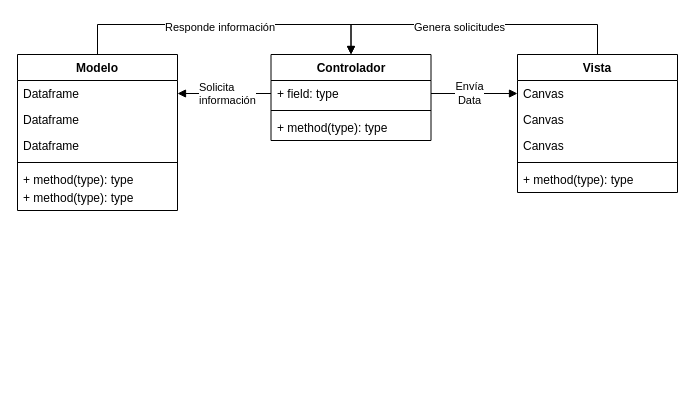
This is Untitled Diagram.drawio from guayacansebastian/SCADA-Cubesat, a draw.io file, before an edit. Source tidied: cells renumbered, new cells numbered last; positions are measured from the earlier drawing's top-left corner, leaving out a move shared by most shapes. Both pictures are drawn from the tidied source at 100%, with x=0, y=0 at pixel (17, 24).
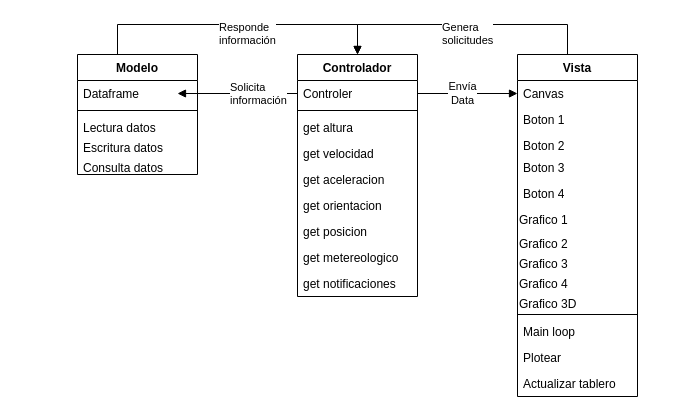
The same page after the edit.

What changed in the source:
```diff
@@
     <mxCell id="2" value="Modelo" style="swimlane;fontStyle=1;align=center;verticalAlign=top;horizontal=1;startSize=26;whiteSpace=wrap;html=1;" parent="1" vertex="1">
-      <mxGeometry y="30" width="160" height="156" as="geometry" />
+      <mxGeometry x="60" y="30" width="120" height="120" as="geometry" />
     </mxCell>
     <mxCell id="3" value="Dataframe" style="text;strokeColor=none;fillColor=none;align=left;verticalAlign=top;spacingLeft=4;spacingRight=4;overflow=hidden;whiteSpace=wrap;html=1;" parent="2" vertex="1">
-      <mxGeometry y="26" width="160" height="26" as="geometry" />
+      <mxGeometry y="26" width="120" height="26" as="geometry" />
     </mxCell>
-    <mxCell id="4" value="Dataframe" style="text;strokeColor=none;fillColor=none;align=left;verticalAlign=top;spacingLeft=4;spacingRight=4;overflow=hidden;whiteSpace=wrap;html=1;" parent="2" vertex="1">
-      <mxGeometry y="52" width="160" height="26" as="geometry" />
-    </mxCell>
-    <mxCell id="5" value="Dataframe" style="text;strokeColor=none;fillColor=none;align=left;verticalAlign=top;spacingLeft=4;spacingRight=4;overflow=hidden;whiteSpace=wrap;html=1;" parent="2" vertex="1">
-      <mxGeometry y="78" width="160" height="26" as="geometry" />
-    </mxCell>
     <mxCell id="6" style="line;strokeWidth=1;fillColor=none;align=left;verticalAlign=middle;spacingTop=-1;spacingLeft=3;spacingRight=3;labelPosition=right;strokeColor=inherit;" parent="2" vertex="1">
-      <mxGeometry y="104" width="160" height="8" as="geometry" />
+      <mxGeometry y="52" width="120" height="8" as="geometry" />
     </mxCell>
-    <mxCell id="7" value="+ method(type): type" style="text;strokeColor=none;fillColor=none;align=left;verticalAlign=top;spacingLeft=4;spacingRight=4;overflow=hidden;whiteSpace=wrap;html=1;" parent="2" vertex="1">
-      <mxGeometry y="112" width="160" height="18" as="geometry" />
+    <mxCell id="7" value="Lectura datos" style="text;strokeColor=none;fillColor=none;align=left;verticalAlign=top;spacingLeft=4;spacingRight=4;overflow=hidden;whiteSpace=wrap;html=1;" parent="2" vertex="1">
+      <mxGeometry y="60" width="120" height="20" as="geometry" />
     </mxCell>
-    <mxCell id="8" value="+ method(type): type" style="text;strokeColor=none;fillColor=none;align=left;verticalAlign=top;spacingLeft=4;spacingRight=4;overflow=hidden;whiteSpace=wrap;html=1;" parent="2" vertex="1">
-      <mxGeometry y="130" width="160" height="26" as="geometry" />
+    <mxCell id="8" value="Escritura datos" style="text;strokeColor=none;fillColor=none;align=left;verticalAlign=top;spacingLeft=4;spacingRight=4;overflow=hidden;whiteSpace=wrap;html=1;" parent="2" vertex="1">
+      <mxGeometry y="80" width="120" height="20" as="geometry" />
     </mxCell>
+    <mxCell id="24" value="Consulta datos" style="text;strokeColor=none;fillColor=none;align=left;verticalAlign=top;spacingLeft=4;spacingRight=4;overflow=hidden;whiteSpace=wrap;html=1;" parent="2" vertex="1">
+      <mxGeometry y="100" width="120" height="20" as="geometry" />
+    </mxCell>
     <mxCell id="9" value="Controlador" style="swimlane;fontStyle=1;align=center;verticalAlign=top;horizontal=1;startSize=26;whiteSpace=wrap;html=1;" parent="1" vertex="1">
-      <mxGeometry x="253.5" y="30" width="160" height="86" as="geometry" />
+      <mxGeometry x="280" y="30" width="120" height="242" as="geometry" />
     </mxCell>
-    <mxCell id="10" value="+ field: type" style="text;strokeColor=none;fillColor=none;align=left;verticalAlign=top;spacingLeft=4;spacingRight=4;overflow=hidden;points=[[0,0.5],[1,0.5]];portConstraint=eastwest;whiteSpace=wrap;html=1;" parent="9" vertex="1">
-      <mxGeometry y="26" width="160" height="26" as="geometry" />
+    <mxCell id="10" value="Controler&lt;div&gt;&lt;br&gt;&lt;/div&gt;" style="text;strokeColor=none;fillColor=none;align=left;verticalAlign=top;spacingLeft=4;spacingRight=4;overflow=hidden;points=[[0,0.5],[1,0.5]];portConstraint=eastwest;whiteSpace=wrap;html=1;" parent="9" vertex="1">
+      <mxGeometry y="26" width="120" height="26" as="geometry" />
     </mxCell>
     <mxCell id="11" style="line;strokeWidth=1;fillColor=none;align=left;verticalAlign=middle;spacingTop=-1;spacingLeft=3;spacingRight=3;labelPosition=right;strokeColor=inherit;" parent="9" vertex="1">
-      <mxGeometry y="52" width="160" height="8" as="geometry" />
+      <mxGeometry y="52" width="120" height="8" as="geometry" />
     </mxCell>
-    <mxCell id="12" value="+ method(type): type" style="text;strokeColor=none;fillColor=none;align=left;verticalAlign=top;spacingLeft=4;spacingRight=4;overflow=hidden;whiteSpace=wrap;html=1;" parent="9" vertex="1">
-      <mxGeometry y="60" width="160" height="26" as="geometry" />
+    <mxCell id="12" value="get altura&lt;br&gt;&lt;br&gt;&lt;div&gt;&lt;br&gt;&lt;/div&gt;" style="text;strokeColor=none;fillColor=none;align=left;verticalAlign=top;spacingLeft=4;spacingRight=4;overflow=hidden;whiteSpace=wrap;html=1;" parent="9" vertex="1">
+      <mxGeometry y="60" width="120" height="26" as="geometry" />
     </mxCell>
+    <mxCell id="25" value="get velocidad&lt;br&gt;&lt;br&gt;&lt;div&gt;&lt;br&gt;&lt;/div&gt;" style="text;strokeColor=none;fillColor=none;align=left;verticalAlign=top;spacingLeft=4;spacingRight=4;overflow=hidden;whiteSpace=wrap;html=1;" parent="9" vertex="1">
+      <mxGeometry y="86" width="120" height="26" as="geometry" />
+    </mxCell>
+    <mxCell id="26" value="get aceleracion&lt;br&gt;&lt;br&gt;&lt;div&gt;&lt;br&gt;&lt;/div&gt;" style="text;strokeColor=none;fillColor=none;align=left;verticalAlign=top;spacingLeft=4;spacingRight=4;overflow=hidden;whiteSpace=wrap;html=1;" parent="9" vertex="1">
+      <mxGeometry y="112" width="120" height="26" as="geometry" />
+    </mxCell>
+    <mxCell id="27" value="get orientacion" style="text;strokeColor=none;fillColor=none;align=left;verticalAlign=top;spacingLeft=4;spacingRight=4;overflow=hidden;whiteSpace=wrap;html=1;" parent="9" vertex="1">
+      <mxGeometry y="138" width="120" height="26" as="geometry" />
+    </mxCell>
+    <mxCell id="28" value="get posicion&lt;br&gt;&lt;br&gt;&lt;div&gt;&lt;br&gt;&lt;/div&gt;" style="text;strokeColor=none;fillColor=none;align=left;verticalAlign=top;spacingLeft=4;spacingRight=4;overflow=hidden;whiteSpace=wrap;html=1;" parent="9" vertex="1">
+      <mxGeometry y="164" width="120" height="26" as="geometry" />
+    </mxCell>
+    <mxCell id="29" value="get metereologico&lt;br&gt;&lt;br&gt;&lt;div&gt;&lt;br&gt;&lt;/div&gt;" style="text;strokeColor=none;fillColor=none;align=left;verticalAlign=top;spacingLeft=4;spacingRight=4;overflow=hidden;whiteSpace=wrap;html=1;" parent="9" vertex="1">
+      <mxGeometry y="190" width="120" height="26" as="geometry" />
+    </mxCell>
+    <mxCell id="30" value="get notificaciones&lt;br&gt;&lt;br&gt;&lt;div&gt;&lt;br&gt;&lt;/div&gt;" style="text;strokeColor=none;fillColor=none;align=left;verticalAlign=top;spacingLeft=4;spacingRight=4;overflow=hidden;whiteSpace=wrap;html=1;" parent="9" vertex="1">
+      <mxGeometry y="216" width="120" height="26" as="geometry" />
+    </mxCell>
     <mxCell id="13" value="Vista" style="swimlane;fontStyle=1;align=center;verticalAlign=top;horizontal=1;startSize=26;whiteSpace=wrap;html=1;" parent="1" vertex="1">
-      <mxGeometry x="500" y="30" width="160" height="138" as="geometry" />
+      <mxGeometry x="500" y="30" width="120" height="342" as="geometry" />
     </mxCell>
-    <mxCell id="14" value="Canvas&lt;div&gt;&lt;br/&gt;&lt;/div&gt;" style="text;strokeColor=none;fillColor=none;align=left;verticalAlign=top;spacingLeft=4;spacingRight=4;overflow=hidden;points=[[0,0.5],[1,0.5]];portConstraint=eastwest;whiteSpace=wrap;html=1;" parent="13" vertex="1">
-      <mxGeometry y="26" width="160" height="26" as="geometry" />
+    <mxCell id="14" value="&lt;div align=&quot;center&quot;&gt;Canvas&lt;/div&gt;&lt;div&gt;&lt;br&gt;&lt;/div&gt;" style="text;strokeColor=none;fillColor=none;align=left;verticalAlign=top;spacingLeft=4;spacingRight=4;overflow=hidden;points=[[0,0.5],[1,0.5]];portConstraint=eastwest;whiteSpace=wrap;html=1;" parent="13" vertex="1">
+      <mxGeometry y="26" width="120" height="26" as="geometry" />
     </mxCell>
-    <mxCell id="15" value="Canvas&lt;div&gt;&lt;br/&gt;&lt;/div&gt;" style="text;strokeColor=none;fillColor=none;align=left;verticalAlign=top;spacingLeft=4;spacingRight=4;overflow=hidden;whiteSpace=wrap;html=1;" parent="13" vertex="1">
-      <mxGeometry y="52" width="160" height="26" as="geometry" />
+    <mxCell id="15" value="Boton 1&lt;div&gt;&lt;br&gt;&lt;br&gt;&lt;/div&gt;" style="text;strokeColor=none;fillColor=none;align=left;verticalAlign=top;spacingLeft=4;spacingRight=4;overflow=hidden;whiteSpace=wrap;html=1;" parent="13" vertex="1">
+      <mxGeometry y="52" width="120" height="26" as="geometry" />
     </mxCell>
-    <mxCell id="16" value="Canvas&lt;div&gt;&lt;br/&gt;&lt;/div&gt;" style="text;strokeColor=none;fillColor=none;align=left;verticalAlign=top;spacingLeft=4;spacingRight=4;overflow=hidden;whiteSpace=wrap;html=1;" parent="13" vertex="1">
-      <mxGeometry y="78" width="160" height="26" as="geometry" />
+    <mxCell id="16" value="Boton 2&lt;div&gt;&lt;br/&gt;&lt;/div&gt;" style="text;strokeColor=none;fillColor=none;align=left;verticalAlign=top;spacingLeft=4;spacingRight=4;overflow=hidden;whiteSpace=wrap;html=1;" parent="13" vertex="1">
+      <mxGeometry y="78" width="120" height="22" as="geometry" />
     </mxCell>
+    <mxCell id="31" value="Boton 3&lt;br&gt;&lt;div&gt;&lt;br&gt;&lt;/div&gt;" style="text;strokeColor=none;fillColor=none;align=left;verticalAlign=top;spacingLeft=4;spacingRight=4;overflow=hidden;whiteSpace=wrap;html=1;" parent="13" vertex="1">
+      <mxGeometry y="100" width="120" height="26" as="geometry" />
+    </mxCell>
+    <mxCell id="32" value="Boton 4&lt;br&gt;&lt;div&gt;&lt;br&gt;&lt;/div&gt;" style="text;strokeColor=none;fillColor=none;align=left;verticalAlign=top;spacingLeft=4;spacingRight=4;overflow=hidden;whiteSpace=wrap;html=1;" parent="13" vertex="1">
+      <mxGeometry y="126" width="120" height="26" as="geometry" />
+    </mxCell>
+    <mxCell id="33" value="Grafico 1&lt;div&gt;&lt;br/&gt;&lt;/div&gt;" style="text;whiteSpace=wrap;html=1;" parent="13" vertex="1">
+      <mxGeometry y="152" width="120" height="24" as="geometry" />
+    </mxCell>
+    <mxCell id="34" value="Grafico 2&lt;br&gt;&lt;div&gt;&lt;br&gt;&lt;/div&gt;" style="text;whiteSpace=wrap;html=1;" parent="13" vertex="1">
+      <mxGeometry y="176" width="120" height="20" as="geometry" />
+    </mxCell>
+    <mxCell id="35" value="Grafico 3&lt;br&gt;&lt;div&gt;&lt;br&gt;&lt;/div&gt;" style="text;whiteSpace=wrap;html=1;" parent="13" vertex="1">
+      <mxGeometry y="196" width="120" height="20" as="geometry" />
+    </mxCell>
+    <mxCell id="36" value="Grafico 4&lt;br&gt;&lt;div&gt;&lt;br&gt;&lt;/div&gt;" style="text;whiteSpace=wrap;html=1;" parent="13" vertex="1">
+      <mxGeometry y="216" width="120" height="20" as="geometry" />
+    </mxCell>
+    <mxCell id="37" value="Grafico 3D&lt;br&gt;&lt;div&gt;&lt;br&gt;&lt;/div&gt;" style="text;whiteSpace=wrap;html=1;" parent="13" vertex="1">
+      <mxGeometry y="236" width="120" height="20" as="geometry" />
+    </mxCell>
     <mxCell id="17" style="line;strokeWidth=1;fillColor=none;align=left;verticalAlign=middle;spacingTop=-1;spacingLeft=3;spacingRight=3;labelPosition=right;strokeColor=inherit;" parent="13" vertex="1">
-      <mxGeometry y="104" width="160" height="8" as="geometry" />
+      <mxGeometry y="256" width="120" height="8" as="geometry" />
     </mxCell>
-    <mxCell id="18" value="+ method(type): type" style="text;strokeColor=none;fillColor=none;align=left;verticalAlign=top;spacingLeft=4;spacingRight=4;overflow=hidden;whiteSpace=wrap;html=1;" parent="13" vertex="1">
-      <mxGeometry y="112" width="160" height="26" as="geometry" />
+    <mxCell id="18" value="Main loop&lt;div&gt;&lt;br/&gt;&lt;/div&gt;" style="text;strokeColor=none;fillColor=none;align=left;verticalAlign=top;spacingLeft=4;spacingRight=4;overflow=hidden;whiteSpace=wrap;html=1;" parent="13" vertex="1">
+      <mxGeometry y="264" width="120" height="26" as="geometry" />
     </mxCell>
+    <mxCell id="38" value="Plotear" style="text;strokeColor=none;fillColor=none;align=left;verticalAlign=top;spacingLeft=4;spacingRight=4;overflow=hidden;whiteSpace=wrap;html=1;" parent="13" vertex="1">
+      <mxGeometry y="290" width="120" height="26" as="geometry" />
+    </mxCell>
+    <mxCell id="39" value="Actualizar tablero" style="text;strokeColor=none;fillColor=none;align=left;verticalAlign=top;spacingLeft=4;spacingRight=4;overflow=hidden;whiteSpace=wrap;html=1;" parent="13" vertex="1">
+      <mxGeometry y="316" width="120" height="26" as="geometry" />
+    </mxCell>
     <mxCell id="19" value="Solicita &lt;br&gt;información&lt;div&gt;&lt;br&gt;&lt;/div&gt;" style="endArrow=block;endFill=1;html=1;edgeStyle=orthogonalEdgeStyle;align=left;verticalAlign=top;rounded=0;exitX=0;exitY=0.5;exitDx=0;exitDy=0;" parent="1" edge="1" source="10">
-      <mxGeometry x="0.58" y="-19" relative="1" as="geometry">
+      <mxGeometry x="0.17" y="-19" relative="1" as="geometry">
         <mxPoint x="160" y="69" as="targetPoint" />
       </mxGeometry>
     </mxCell>
@@
-    <mxCell id="22" value="Genera solicitudes" style="endArrow=block;endFill=1;html=1;edgeStyle=orthogonalEdgeStyle;align=left;verticalAlign=top;rounded=0;exitX=0.5;exitY=0;exitDx=0;exitDy=0;entryX=0.5;entryY=0;entryDx=0;entryDy=0;" parent="1" edge="1" source="13" target="9">
-      <mxGeometry x="0.4" y="-10" relative="1" as="geometry">
+    <mxCell id="22" value="Genera &lt;br&gt;solicitudes" style="endArrow=block;endFill=1;html=1;edgeStyle=orthogonalEdgeStyle;align=left;verticalAlign=top;rounded=0;exitX=0.5;exitY=0;exitDx=0;exitDy=0;entryX=0.5;entryY=0;entryDx=0;entryDy=0;" parent="1" edge="1" source="13" target="9">
+      <mxGeometry x="0.19" y="-10" relative="1" as="geometry">
         <Array as="points">
-          <mxPoint x="580" />
-          <mxPoint x="334" />
+          <mxPoint x="550" />
+          <mxPoint x="340" />
         </Array>
       </mxGeometry>
     </mxCell>
-    <mxCell id="23" value="Responde información" style="endArrow=block;endFill=1;html=1;edgeStyle=orthogonalEdgeStyle;align=left;verticalAlign=top;rounded=0;exitX=0.5;exitY=0;exitDx=0;exitDy=0;entryX=0.5;entryY=0;entryDx=0;entryDy=0;" parent="1" edge="1" source="2" target="9">
-      <mxGeometry x="-0.39" y="10" relative="1" as="geometry">
+    <mxCell id="23" value="Responde &lt;br&gt;información" style="endArrow=block;endFill=1;html=1;edgeStyle=orthogonalEdgeStyle;align=left;verticalAlign=top;rounded=0;exitX=0.5;exitY=0;exitDx=0;exitDy=0;entryX=0.5;entryY=0;entryDx=0;entryDy=0;" parent="1" edge="1" source="2" target="9">
+      <mxGeometry x="-0.06" y="10" relative="1" as="geometry">
         <Array as="points">
-          <mxPoint x="80" />
-          <mxPoint x="334" />
+          <mxPoint x="100" />
+          <mxPoint x="340" />
         </Array>
       </mxGeometry>
     </mxCell>
```
